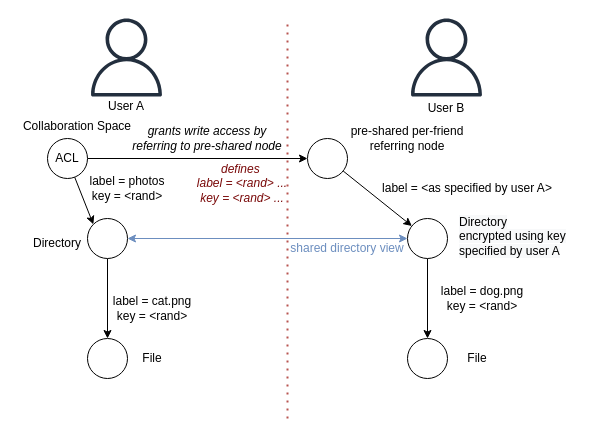
The draw.io diagram docs/writeaccess-preshared-node.drawio in fsteff/certacrypt, before the edit. Source tidied: cells renumbered, new cells numbered last; positions are measured from the earlier drawing's top-left corner, leaving out a move shared by most shapes. Both pictures are drawn from the tidied source at 100%, with x=0, y=0 at pixel (17, 18).
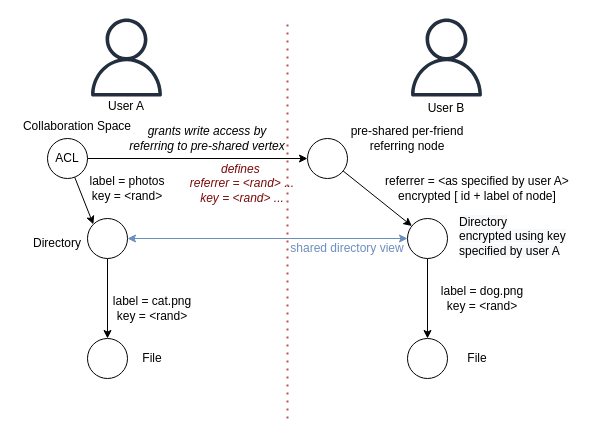
After the change.

What changed in the source:
```diff
@@
-    <mxCell id="13" value="&lt;i&gt;grants write access by referring to pre-shared node&lt;/i&gt;" style="text;html=1;strokeColor=none;fillColor=none;align=center;verticalAlign=middle;whiteSpace=wrap;rounded=0;" parent="1" vertex="1">
+    <mxCell id="13" value="&lt;i&gt;grants write access by referring to pre-shared vertex&lt;/i&gt;" style="text;html=1;strokeColor=none;fillColor=none;align=center;verticalAlign=middle;whiteSpace=wrap;rounded=0;" parent="1" vertex="1">
       <mxGeometry x="110" y="100" width="160" height="40" as="geometry" />
     </mxCell>
@@
-    <mxCell id="15" value="label = &amp;lt;as specified by user A&amp;gt;" style="text;html=1;strokeColor=none;fillColor=none;align=center;verticalAlign=middle;whiteSpace=wrap;rounded=0;" parent="1" vertex="1">
-      <mxGeometry x="360" y="160" width="180" height="20" as="geometry" />
+    <mxCell id="15" value="referrer = &amp;lt;as specified by user A&amp;gt;&lt;br&gt;encrypted [ id + label of node]" style="text;html=1;strokeColor=none;fillColor=none;align=center;verticalAlign=middle;whiteSpace=wrap;rounded=0;" parent="1" vertex="1">
+      <mxGeometry x="360" y="160" width="200" height="20" as="geometry" />
     </mxCell>
-    <mxCell id="16" value="&lt;i&gt;defines&amp;nbsp;&lt;br&gt;label = &amp;lt;rand&amp;gt; ...&lt;br&gt;key = &amp;lt;rand&amp;gt; ...&lt;/i&gt;" style="text;html=1;strokeColor=none;fillColor=none;align=center;verticalAlign=middle;whiteSpace=wrap;rounded=0;fontColor=#7A0A0A;" parent="1" vertex="1">
+    <mxCell id="16" value="&lt;i&gt;defines&amp;nbsp;&lt;br&gt;referrer = &amp;lt;rand&amp;gt; ...&lt;br&gt;key = &amp;lt;rand&amp;gt; ...&lt;/i&gt;" style="text;html=1;strokeColor=none;fillColor=none;align=center;verticalAlign=middle;whiteSpace=wrap;rounded=0;fontColor=#7A0A0A;" parent="1" vertex="1">
       <mxGeometry x="160" y="140" width="130" height="50" as="geometry" />
     </mxCell>
```
